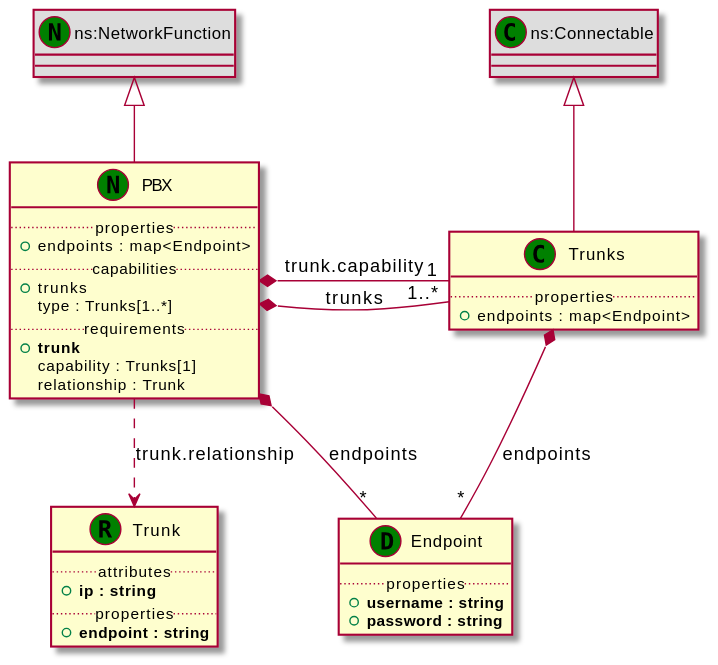
The PlantUML diagram examples/tosca-community-contributions/diagrams/uml2/examples-1.3-turandot-telephony-network-service-telephony-network-service-profiles-telephony-profile-uml2-class-diagram.svg in Orange-OpenSource/Cloudnet-TOSCA-toolbox, before a commit.
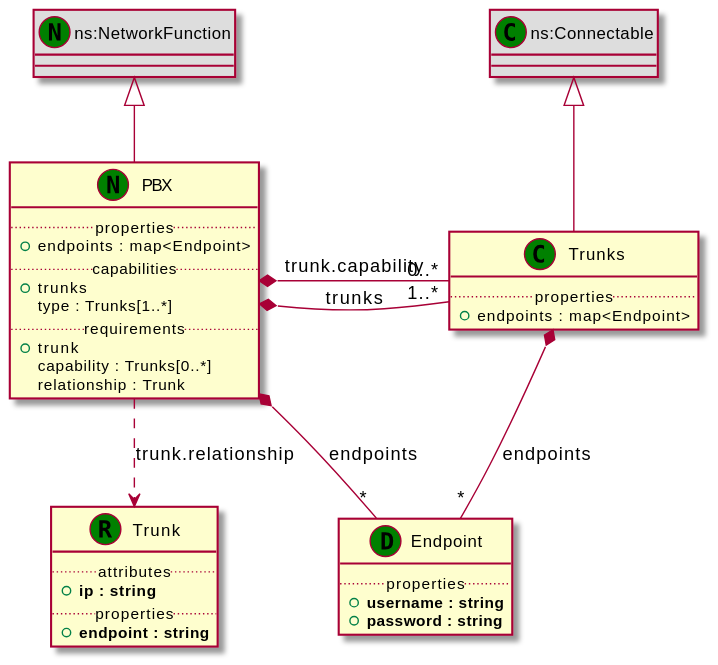
The same file after the commit.

Diff of the diagram source:
```diff
@@ -24,8 +24,8 @@
 +trunks
  type : Trunks[1..*]
 .. requirements ..
-+<b>trunk
- capability : Trunks[1]
++trunk
+ capability : Trunks[0..*]
  relationship : Trunk
 }
 ns_Connectable_CT <|-- Trunks_CT
@@ -33,6 +33,6 @@
 ns_NetworkFunction_NT <|-- PBX_NT
 PBX_NT *-- "*" Endpoint_DT : endpoints
 Trunks_CT "1..*" -* PBX_NT : trunks
-PBX_NT *- "1" Trunks_CT : trunk.capability
+PBX_NT *- "0..*" Trunks_CT : trunk.capability
 PBX_NT ..> Trunk_RT : trunk.relationship
 @enduml
```
